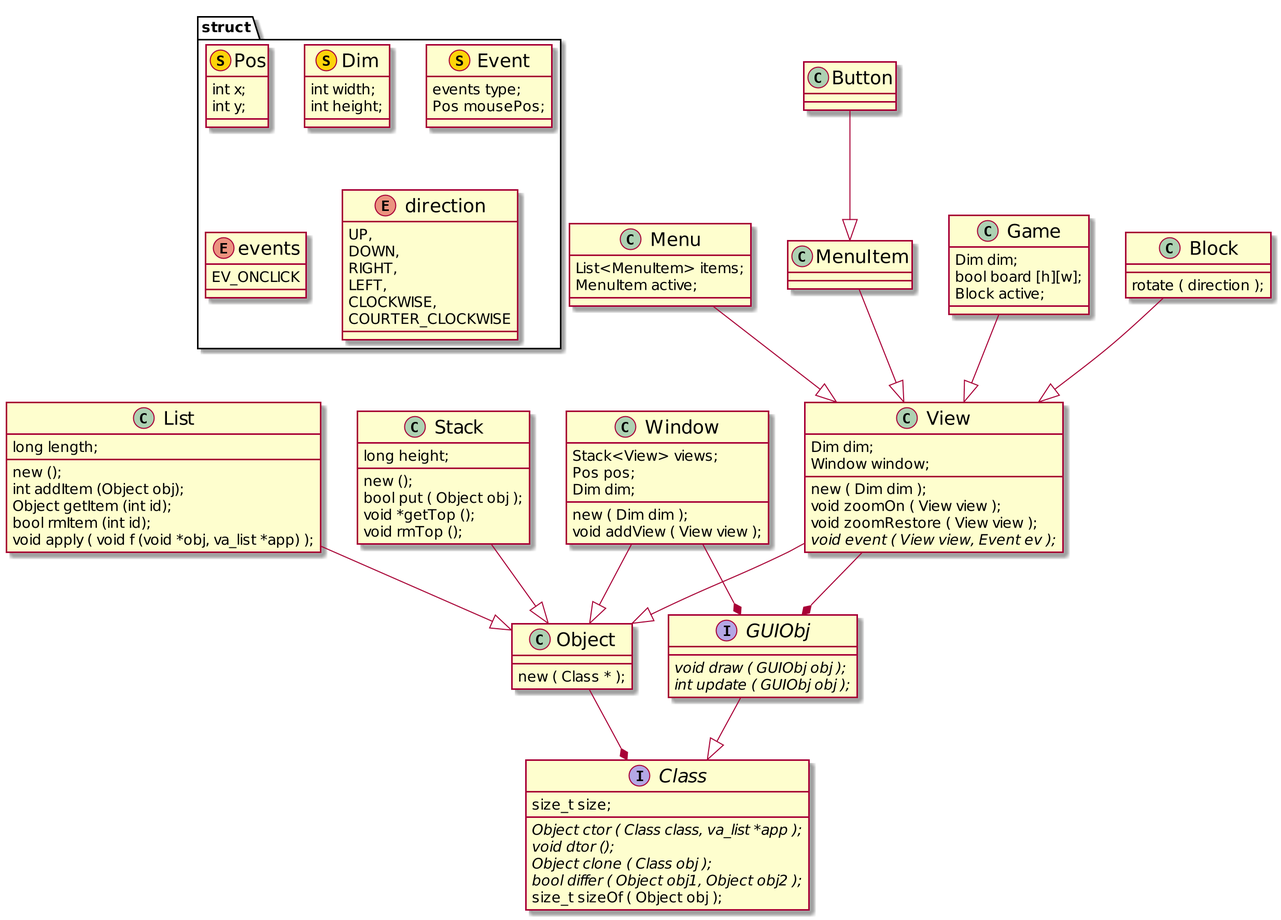
Above: docs/classes.png in binary-b/c-tetris (PlantUML), before the change. Its diagram source:
```plantuml
@startuml
scale 2.0

skinparam defaultFontName Monospace
skinparam classFontSize 18
skinparam defaultFontSize 14

package "struct" {
	class Pos <<(S,#fcd40a)>> {
		int x;
		int y;
	}
	class Dim <<(S,#fcd40a)>> {
		int width;
		int height;
	}
	class Event <<(S,#fcd40a)>> {
		events type;
		Pos mousePos;
	}
	enum events {
		EV_ONCLICK
	}
	enum direction {
		UP,
		DOWN,
		RIGHT,
		LEFT,
		CLOCKWISE,
		COURTER_CLOCKWISE
	}
}
interface Class {
	size_t size;
	{abstract} Object ctor ( Class class, va_list *app );
	{abstract} void dtor ();
	{abstract} Object clone ( Class obj );
	{abstract} bool differ ( Object obj1, Object obj2 );
	size_t sizeOf ( Object obj );
}

class Object {
	new ( Class * );
}
class List {
	long length;
	new ();
	int addItem (Object obj);
	Object getItem (int id);
	bool rmItem (int id);
	void apply ( void f (void *obj, va_list *app) );
}
class Stack {
	long height;
	new ();
	bool put ( Object obj );
	void *getTop ();
	void rmTop ();
}

interface GUIObj {
	{abstract} void draw ( GUIObj obj );
	{abstract} int update ( GUIObj obj );
}
class Window {
	Stack<View> views;
	Pos pos;
	Dim dim;
	new ( Dim dim );
	void addView ( View view );
}
class View {
	Dim dim;
	Window window;
	new ( Dim dim );
	void zoomOn ( View view );
	void zoomRestore ( View view );
	{abstract} void event ( View view, Event ev );
}
class Menu {
	List<MenuItem> items;
	MenuItem active;
}
class MenuItem
class Button
class Game {
	Dim dim;
	bool board [h][w];
	Block active;
}
class Block {
	rotate ( direction );
}

Object --* Class

List --|> Object
Stack --|> Object

GUIObj --|> Class

Window --* GUIObj
Window --|> Object
View --* GUIObj
View --|> Object

Menu --|> View
Game --|> View
Block --|> View
MenuItem --|> View

Button --|> MenuItem

@enduml
```
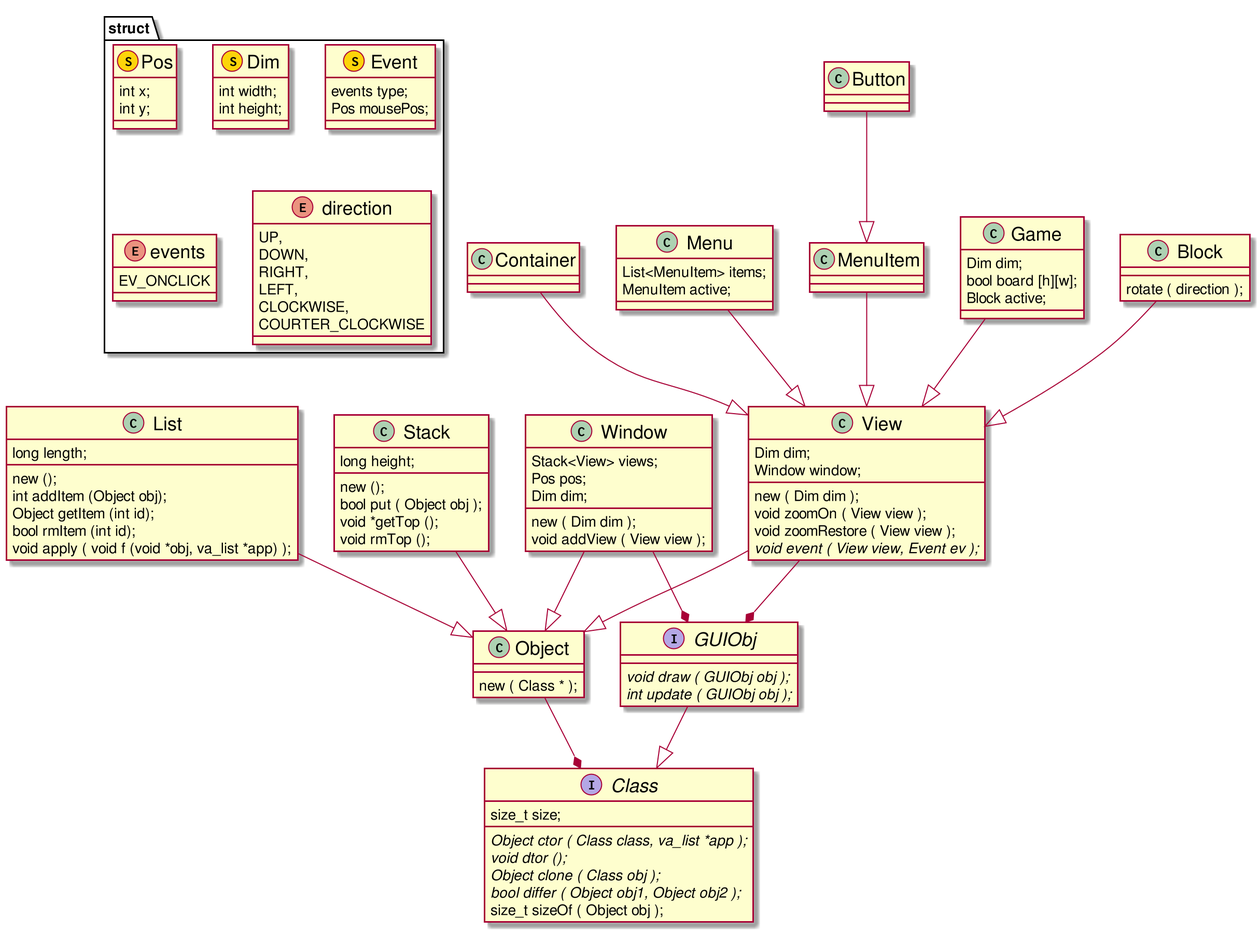
After the commit.

What changed in the source:
```diff
@@ -91,6 +91,8 @@
 class Block {
 	rotate ( direction );
 }
+class Container {
+}
 
 Object --* Class
 
@@ -108,6 +110,7 @@
 Game --|> View
 Block --|> View
 MenuItem --|> View
+Container	--|> View
 
 Button --|> MenuItem
 
```
